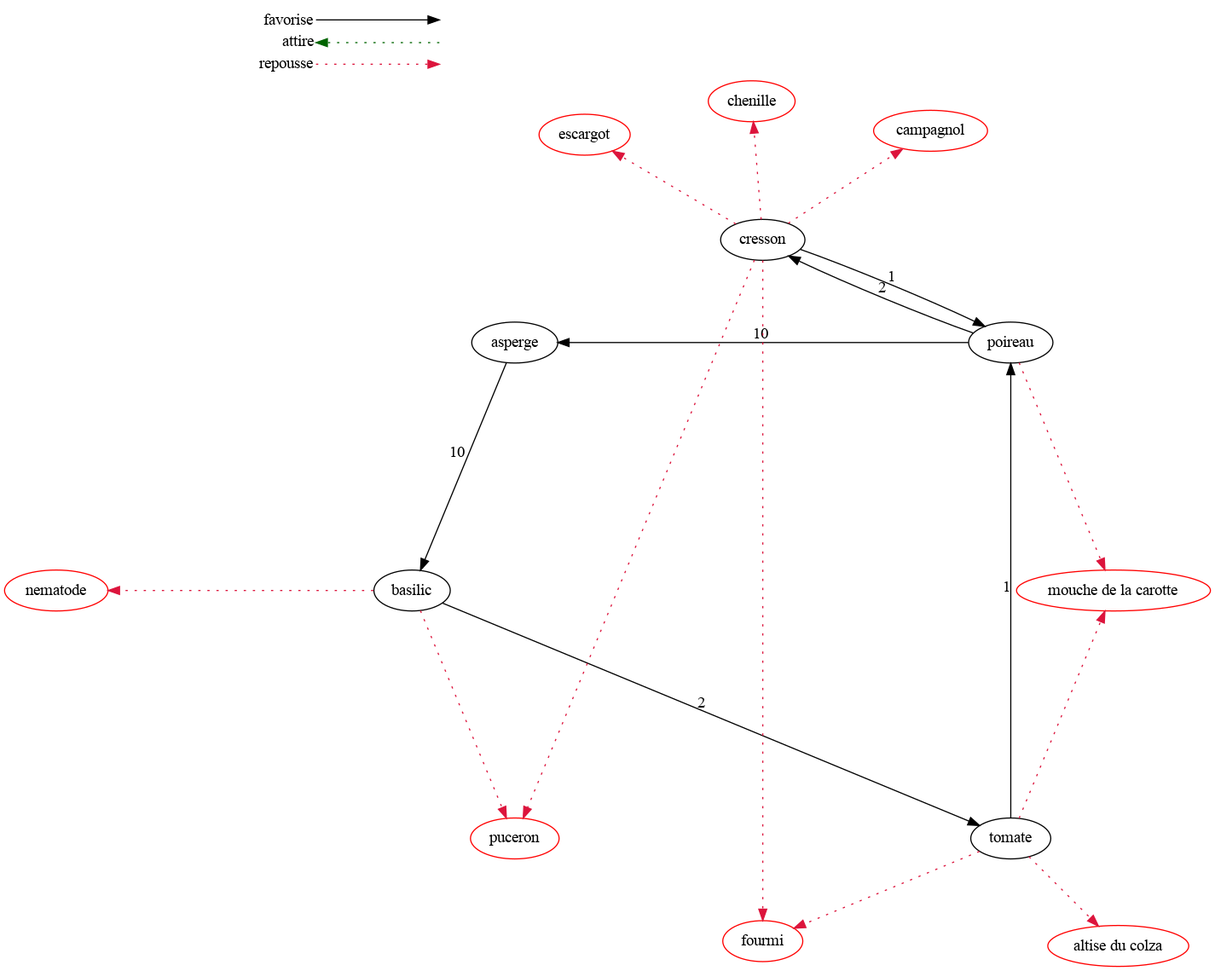
locherry/Jardin keeps this Graphviz diagram as graph/graph_simple.dot.png. Above is the earlier version. Its source is kept beside it as graph/graph_simple.dot.
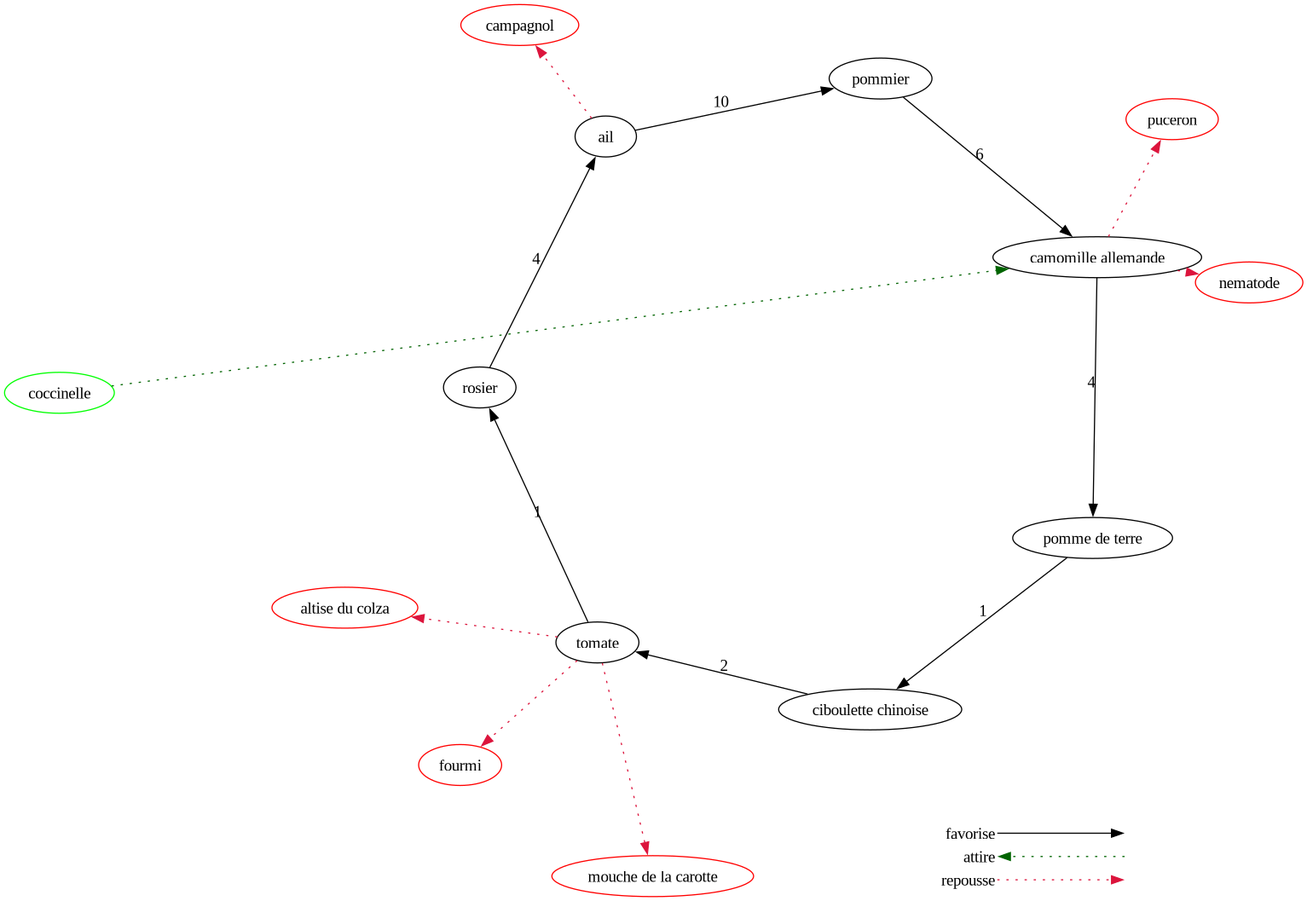
After the commit.

Change to the diagram source:
```diff
@@ -1,33 +1,29 @@
 digraph {
     layout="circo"
     node [color = green]
+    "coccinelle"
     node [color = red]
+    "campagnol"
     "nematode"
     "puceron"
     "altise du colza"
     "fourmi"
     "mouche de la carotte"
-    "campagnol"
-    "chenille"
-    "escargot"
     node [color = black]
-    "basilic" -> "tomate" [label="2"]
-    "tomate" -> "poireau" [label="1"]
-    "poireau" -> "cresson" [label="2"]
-    "cresson" -> "poireau" [label="1"]
-    "poireau" -> "asperge" [label="10"]
-    "asperge" -> "basilic" [label="10"]
-    "basilic" -> "nematode" [color=crimson, style=dotted]
-    "basilic" -> "puceron" [color=crimson, style=dotted]
+    "ail" -> "pommier" [label="10"]
+    "pommier" -> "camomille allemande" [label="6"]
+    "camomille allemande" -> "pomme de terre" [label="4"]
+    "pomme de terre" -> "ciboulette chinoise" [label="1"]
+    "ciboulette chinoise" -> "tomate" [label="2"]
+    "tomate" -> "rosier" [label="1"]
+    "rosier" -> "ail" [label="4"]
+    "ail" -> "campagnol" [color=crimson, style=dotted]
+    "camomille allemande" -> "nematode" [color=crimson, style=dotted]
+    "camomille allemande" -> "puceron" [color=crimson, style=dotted]
     "tomate" -> "altise du colza" [color=crimson, style=dotted]
     "tomate" -> "fourmi" [color=crimson, style=dotted]
     "tomate" -> "mouche de la carotte" [color=crimson, style=dotted]
-    "poireau" -> "mouche de la carotte" [color=crimson, style=dotted]
-    "cresson" -> "campagnol" [color=crimson, style=dotted]
-    "cresson" -> "puceron" [color=crimson, style=dotted]
-    "cresson" -> "chenille" [color=crimson, style=dotted]
-    "cresson" -> "fourmi" [color=crimson, style=dotted]
-    "cresson" -> "escargot" [color=crimson, style=dotted]
+    "coccinelle" -> "camomille allemande" [color=darkgreen, style=dotted]
 
     subgraph cluster_01 {
         node [shape=plaintext]
```
